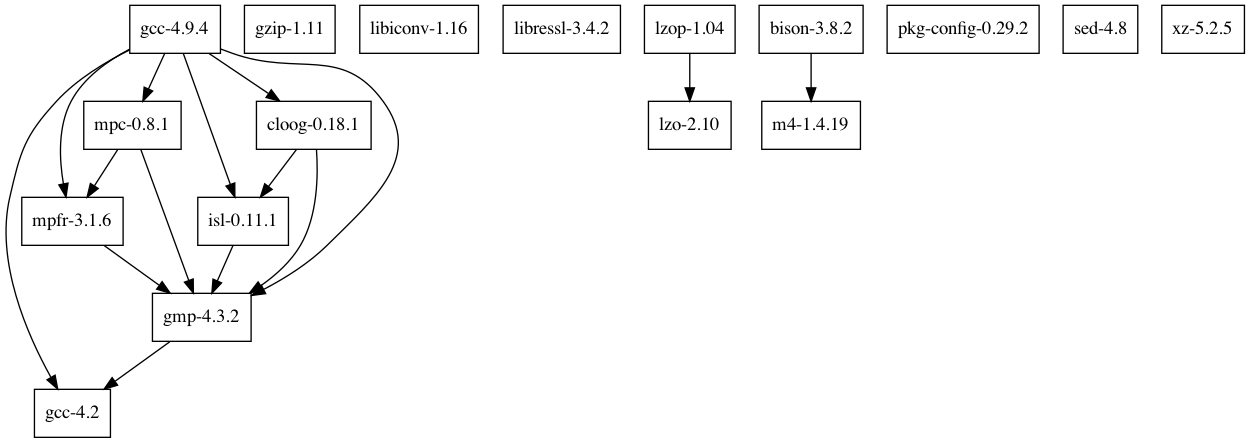
The Graphviz diagram deps/dependencies.png in cellularmitosis/leopard.sh, before a commit. Its source is kept beside it as deps/dependencies.dot.
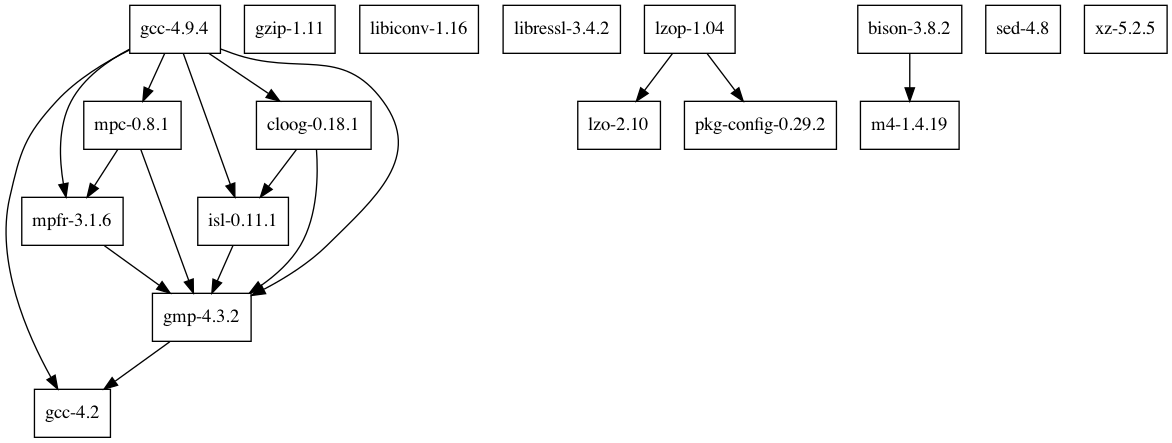
Above is the later version.

Change to the diagram source:
```diff
@@ -14,6 +14,7 @@
 "bison-3.8.2" -> "m4-1.4.19"
 "gmp-4.3.2" -> "gcc-4.2"
 "lzop-1.04" -> "lzo-2.10"
+"lzop-1.04" -> "pkg-config-0.29.2"
 
 "mpfr-3.1.6" -> "gmp-4.3.2"
 "isl-0.11.1" -> "gmp-4.3.2"
```
